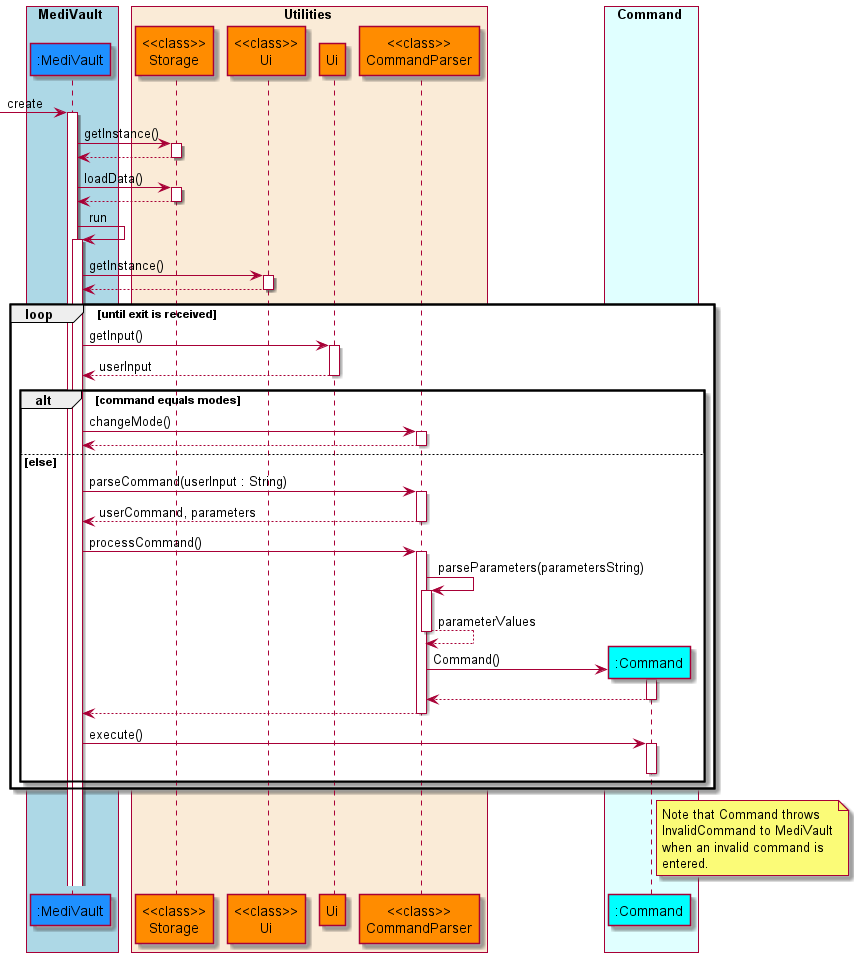
Earlier version of the PlantUML export docs/diagrams/diagram_images/MainLogicSequenceDiagram.png (nus-cs2113-AY2122S1/tp).
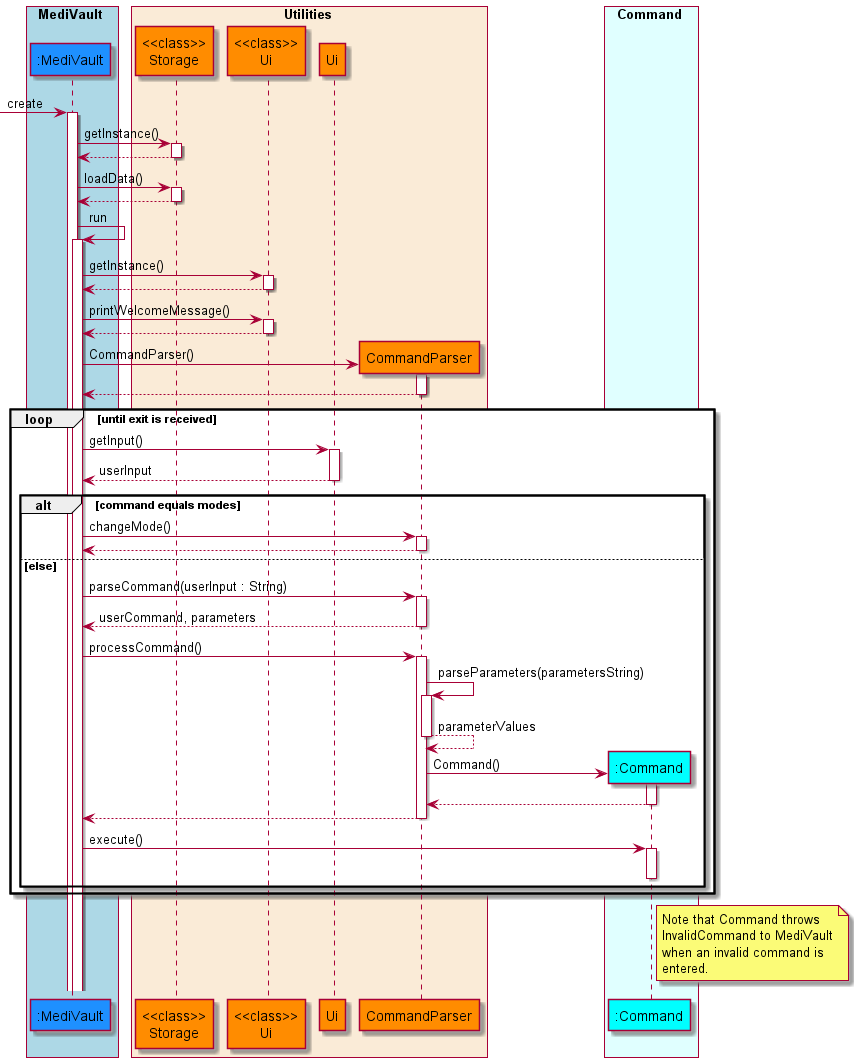
Above is the later version.

Commit message:
Update sequence diagram

What changed in the source:
```diff
@@ -10,7 +10,7 @@
     participant "<<class>>\nStorage" as storage COLOR_UTILITIES
     participant "<<class>>\nUi" as uiclass COLOR_UTILITIES
     participant "Ui" as ui COLOR_UTILITIES
-    participant "<<class>>\nCommandParser" as commandparser COLOR_UTILITIES
+    participant "CommandParser" as commandparser COLOR_UTILITIES
 end box
 
 box Command COLOR_COMMAND_BOX
@@ -28,6 +28,12 @@
     medivault -> medivault : run
     medivault -> uiclass : getInstance()
     medivault <-- uiclass
+    medivault -> uiclass : printWelcomeMessage()
+    medivault <-- uiclass
+    create commandparser
+    medivault -> commandparser : CommandParser()
+    medivault <-- commandparser
+
         loop until exit is received
             medivault -> ui : getInput()
             medivault <-- ui : userInput
```
